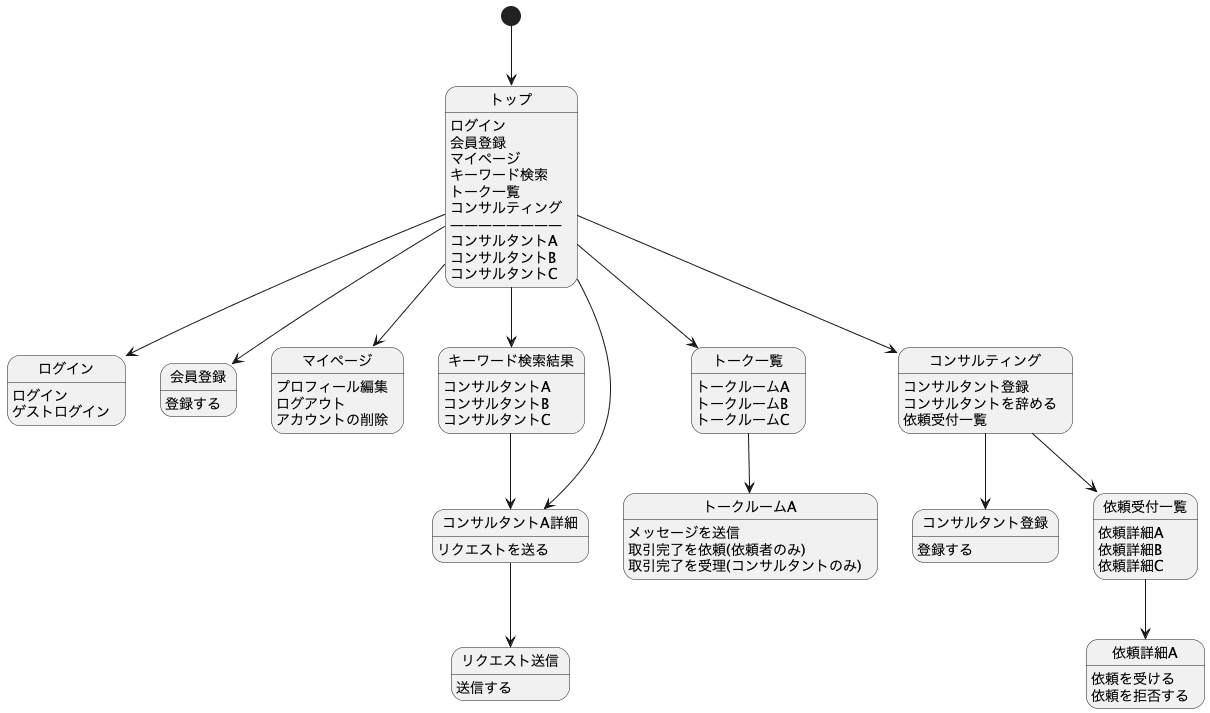
Above: documents/screen_flow_diagram.png in nobukofu69/origin-idea (PlantUML), before the change.
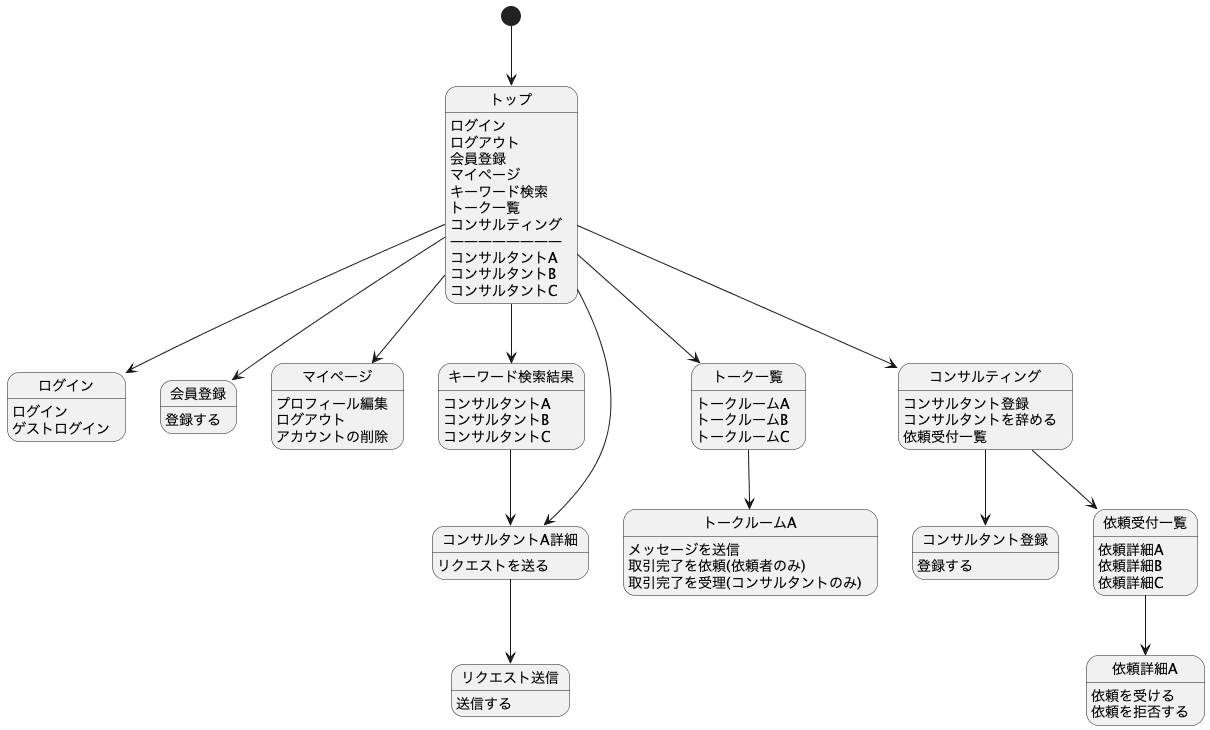
Above is the later version.

Commit message:
screen_flow_diagramを修正

Diff of the diagram source:
```diff
@@ -2,6 +2,7 @@
 
 [*] --> トップ
 トップ : ログイン
+トップ : ログアウト
 トップ : 会員登録
 トップ : マイページ
 トップ : キーワード検索
```
